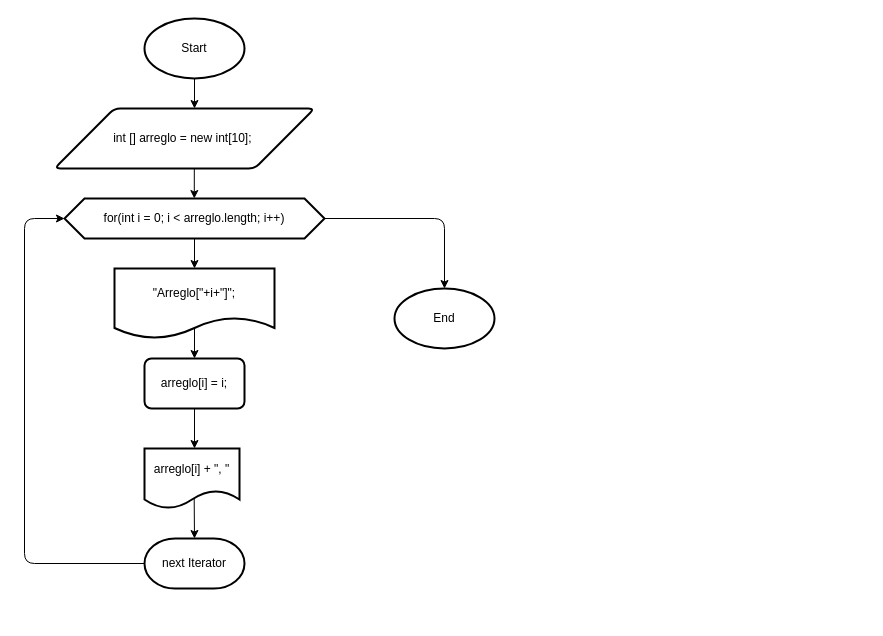
The draw.io diagram ArregloPrimerosNumerosEnteros.drawio in AnthonyLozadaAlexander/DiagramaDeFlujos, before the edit. Source tidied: cells renumbered, new cells numbered last; positions are measured from the earlier drawing's top-left corner, leaving out a move shared by most shapes. Both pictures are drawn from the tidied source at 100%, with x=0, y=0 at pixel (24, 18).
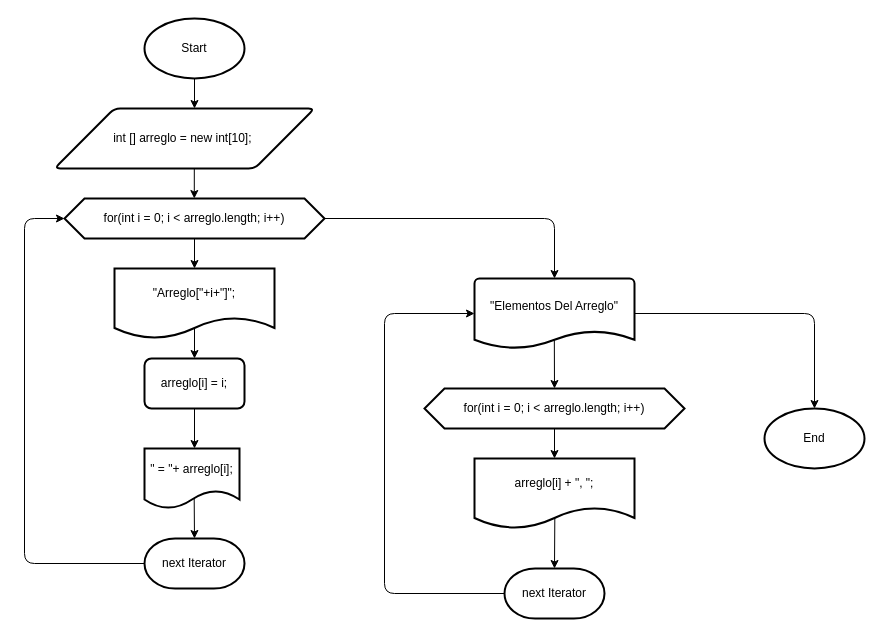
The same diagram, later.

Commit message:
Actualizar diagrama de flujo para inicializar un arreglo de enteros, ajustando posiciones de nodos y mejorando la visualización de elementos.

What changed in the source:
```diff
@@
     <mxCell id="7" style="edgeStyle=none;html=1;exitX=1;exitY=0.5;exitDx=0;exitDy=0;" parent="1" edge="1">
       <mxGeometry relative="1" as="geometry">
         <mxPoint x="230" y="200" as="sourcePoint" />
-        <mxPoint x="420" y="270" as="targetPoint" />
+        <mxPoint x="530" y="260" as="targetPoint" />
         <Array as="points">
-          <mxPoint x="420" y="200" />
+          <mxPoint x="530" y="200" />
         </Array>
       </mxGeometry>
     </mxCell>
@@
-    <mxCell id="15" value="arreglo[i] + &quot;, &quot;" style="shape=document;whiteSpace=wrap;html=1;boundedLbl=1;strokeWidth=2;" parent="1" vertex="1">
+    <mxCell id="15" value="&quot; = &quot;+ arreglo[i];" style="shape=document;whiteSpace=wrap;html=1;boundedLbl=1;strokeWidth=2;" parent="1" vertex="1">
       <mxGeometry x="120" y="430" width="95" height="60" as="geometry" />
     </mxCell>
@@
+    <mxCell id="18" style="edgeStyle=none;html=1;entryX=0.5;entryY=0;entryDx=0;entryDy=0;" parent="1" edge="1" source="19" target="23">
+      <mxGeometry relative="1" as="geometry" />
+    </mxCell>
+    <mxCell id="19" value="for(int i = 0; i &amp;lt; arreglo.length; i++)" style="shape=hexagon;perimeter=hexagonPerimeter2;whiteSpace=wrap;html=1;fixedSize=1;strokeWidth=2;" parent="1" vertex="1">
+      <mxGeometry x="400" y="370" width="260" height="40" as="geometry" />
+    </mxCell>
+    <mxCell id="20" style="edgeStyle=none;html=1;entryX=0.5;entryY=0;entryDx=0;entryDy=0;exitX=0.499;exitY=0.878;exitDx=0;exitDy=0;exitPerimeter=0;" parent="1" edge="1" source="22" target="19">
+      <mxGeometry relative="1" as="geometry" />
+    </mxCell>
+    <mxCell id="21" style="edgeStyle=none;html=1;exitX=1;exitY=0.5;exitDx=0;exitDy=0;exitPerimeter=0;" parent="1" edge="1" source="22">
+      <mxGeometry relative="1" as="geometry">
+        <mxPoint x="790" y="390" as="targetPoint" />
+        <Array as="points">
+          <mxPoint x="790" y="295" />
+        </Array>
+      </mxGeometry>
+    </mxCell>
+    <mxCell id="22" value="&quot;Elementos Del Arreglo&quot;&lt;div&gt;&lt;br&gt;&lt;/div&gt;" style="strokeWidth=2;html=1;shape=mxgraph.flowchart.document2;whiteSpace=wrap;size=0.25;" parent="1" vertex="1">
+      <mxGeometry x="450" y="260" width="160" height="70" as="geometry" />
+    </mxCell>
+    <mxCell id="23" value="arreglo[i] + &quot;, &quot;;" style="shape=document;whiteSpace=wrap;html=1;boundedLbl=1;strokeWidth=2;" parent="1" vertex="1">
+      <mxGeometry x="450" y="440" width="160" height="70" as="geometry" />
+    </mxCell>
+    <mxCell id="24" value="next Iterator" style="strokeWidth=2;html=1;shape=mxgraph.flowchart.terminator;whiteSpace=wrap;" parent="1" vertex="1">
+      <mxGeometry x="480" y="550" width="100" height="50" as="geometry" />
+    </mxCell>
+    <mxCell id="25" style="edgeStyle=none;html=1;entryX=0.5;entryY=0;entryDx=0;entryDy=0;entryPerimeter=0;exitX=0.502;exitY=0.848;exitDx=0;exitDy=0;exitPerimeter=0;" parent="1" edge="1" source="23" target="24">
+      <mxGeometry relative="1" as="geometry" />
+    </mxCell>
+    <mxCell id="26" style="edgeStyle=none;html=1;entryX=0;entryY=0.5;entryDx=0;entryDy=0;entryPerimeter=0;" parent="1" edge="1" source="24" target="22">
+      <mxGeometry relative="1" as="geometry">
+        <Array as="points">
+          <mxPoint x="360" y="575" />
+          <mxPoint x="360" y="295" />
+        </Array>
+      </mxGeometry>
+    </mxCell>
     <mxCell id="17" value="End" style="strokeWidth=2;html=1;shape=mxgraph.flowchart.start_1;whiteSpace=wrap;" parent="1" vertex="1">
-      <mxGeometry x="370" y="270" width="100" height="60" as="geometry" />
+      <mxGeometry x="740" y="390" width="100" height="60" as="geometry" />
     </mxCell>
```
